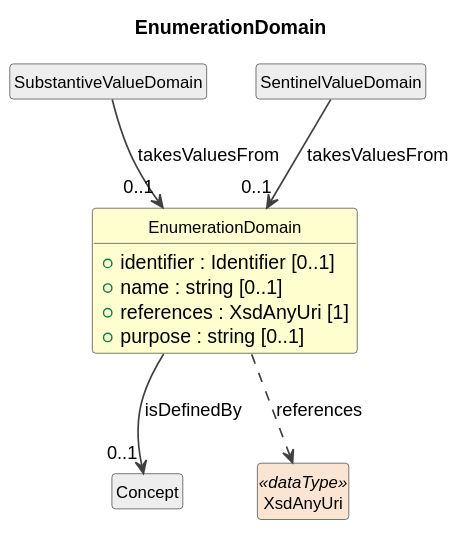
Cross-Domain-Interoperability-Framework/metadataBuildingBlocks keeps this PlantUML diagram as cdif-uml-model/_plantuml/cdifDataStructure/Classes/EnumerationDomain.svg. Above is the earlier version. Source of this version:
```plantuml
@startuml
title EnumerationDomain
hide circle
hide empty members
skinparam shadowing false
skinparam ArrowThickness 1.2
skinparam class {
  ArrowColor #404040
  BorderColor #404040
  FontSize 12
}

class "EnumerationDomain" as EnumerationDomain #FEFECE {
  +identifier : Identifier [0..1]
  +name : string [0..1]
  +references : XsdAnyUri [1]
  +purpose : string [0..1]
}
class "SubstantiveValueDomain" as SubstantiveValueDomain #EEEEEE
SubstantiveValueDomain --> "0..1" EnumerationDomain : takesValuesFrom
class "SentinelValueDomain" as SentinelValueDomain #EEEEEE
SentinelValueDomain --> "0..1" EnumerationDomain : takesValuesFrom
class "Concept" as Concept #EEEEEE
EnumerationDomain --> "0..1" Concept : isDefinedBy
class "XsdAnyUri" as XsdAnyUri <<dataType>> #FAE5D3
EnumerationDomain ..> XsdAnyUri : references
@enduml
```
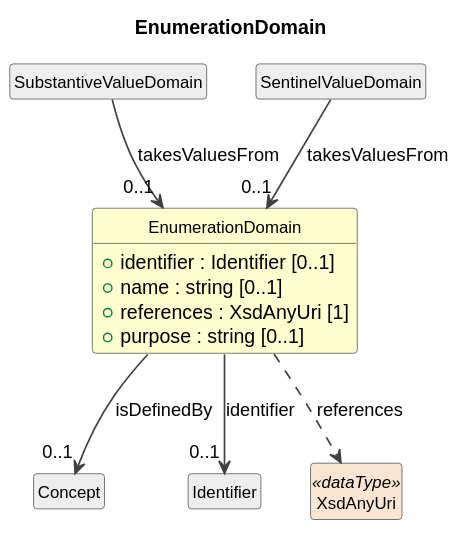
Above is the later version.

What changed in the source:
```diff
@@ -22,6 +22,8 @@
 SentinelValueDomain --> "0..1" EnumerationDomain : takesValuesFrom
 class "Concept" as Concept #EEEEEE
 EnumerationDomain --> "0..1" Concept : isDefinedBy
+class "Identifier" as Identifier #EEEEEE
+EnumerationDomain --> "0..1" Identifier : identifier
 class "XsdAnyUri" as XsdAnyUri <<dataType>> #FAE5D3
 EnumerationDomain ..> XsdAnyUri : references
 @enduml
```
